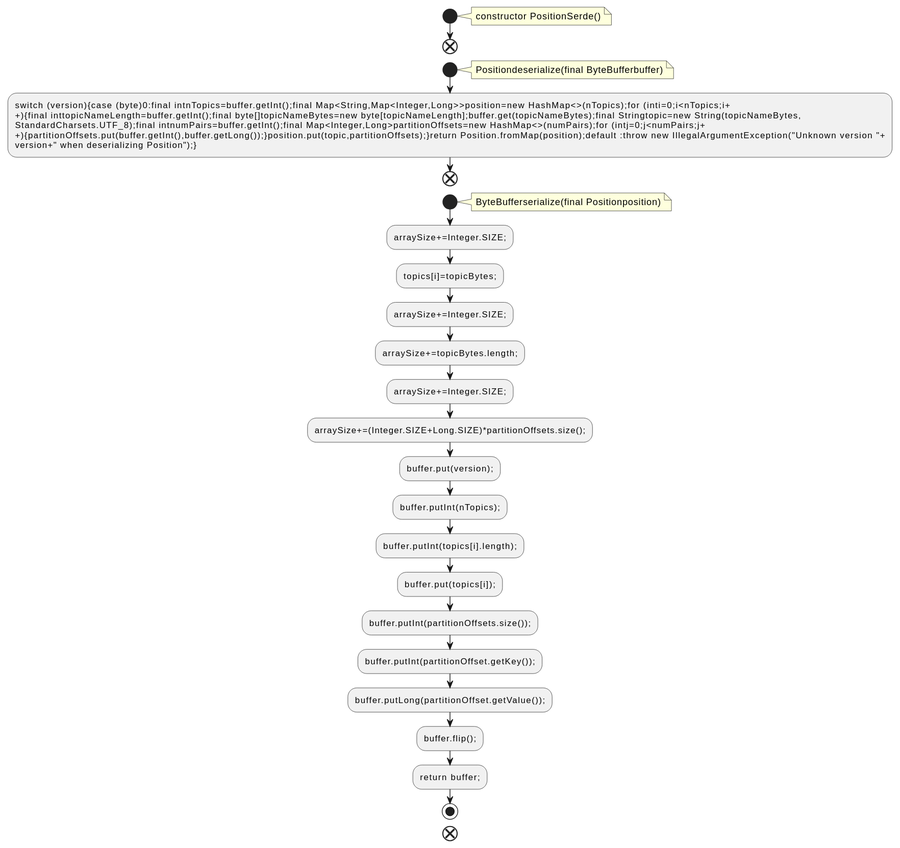
Earlier version of the PlantUML export docs/qc/streams/src/main/java/org/apache/kafka/streams/state/internals/PositionSerde.java.fct.svg (qualitesys/kafka).
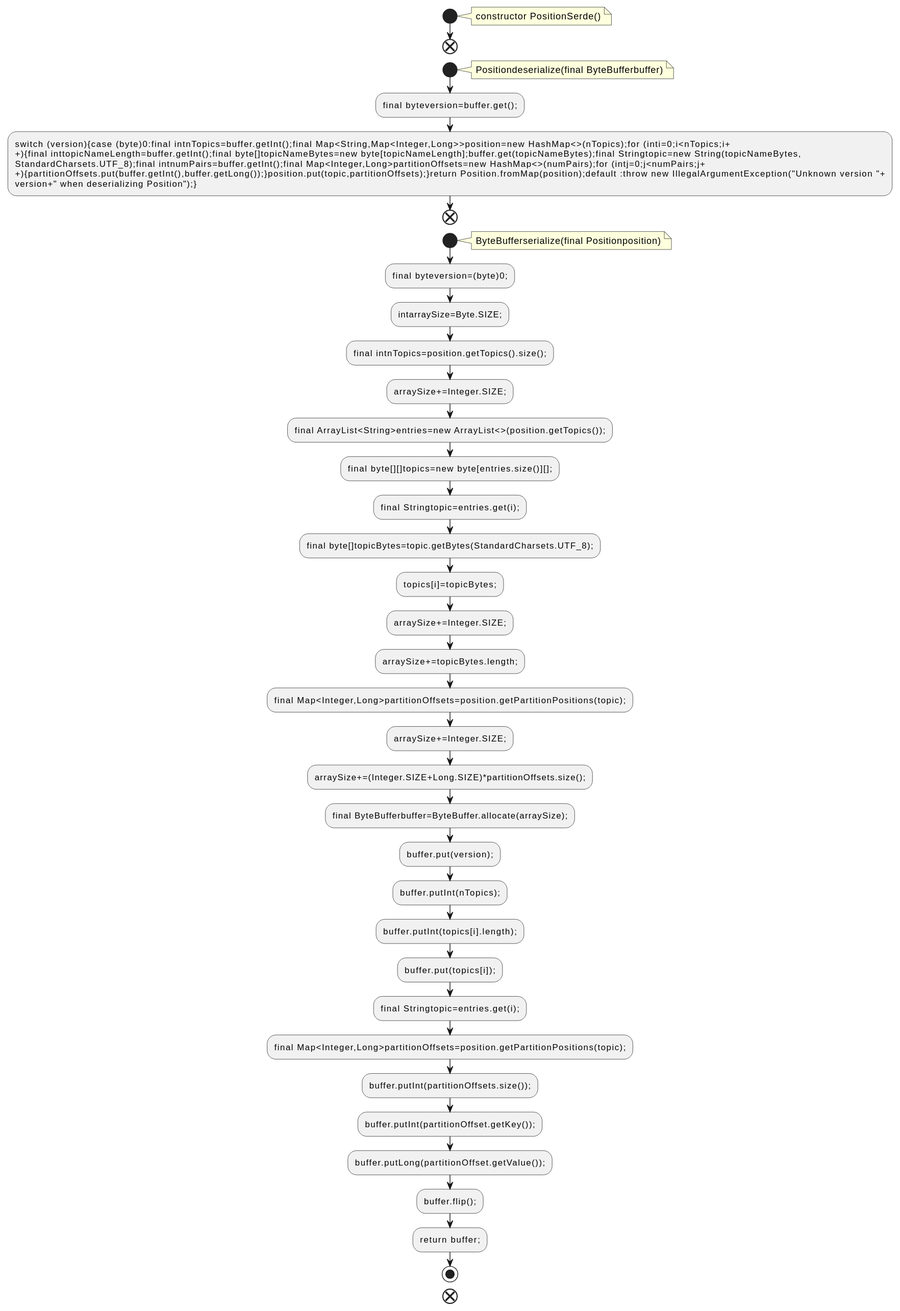
The same diagram one commit later.

The edit, as a diff of the source:
```diff
@@ -9,6 +9,7 @@
 note right
 Positiondeserialize(final ByteBufferbuffer)
 end note
+:final byteversion=buffer.get();;
 :switch (version){case (byte)0:final intnTopics=buffer.getInt();final Map<String,Map<Integer,Long>>position=new HashMap<>(nTopics);for (inti=0;i<nTopics;i+
 +){final inttopicNameLength=buffer.getInt();final byte[]topicNameBytes=new byte[topicNameLength];buffer.get(topicNameBytes);final Stringtopic=new String(topicNameBytes,
 StandardCharsets.UTF_8);final intnumPairs=buffer.getInt();final Map<Integer,Long>partitionOffsets=new HashMap<>(numPairs);for (intj=0;j<numPairs;j+
@@ -19,16 +20,27 @@
 note right
 ByteBufferserialize(final Positionposition)
 end note
+:final byteversion=(byte)0;;
+:intarraySize=Byte.SIZE;;
+:final intnTopics=position.getTopics().size();;
 :arraySize+=Integer.SIZE;;
+:final ArrayList<String>entries=new ArrayList<>(position.getTopics());;
+:final byte[][]topics=new byte[entries.size()][];;
+:final Stringtopic=entries.get(i);;
+:final byte[]topicBytes=topic.getBytes(StandardCharsets.UTF_8);;
 :topics[i]=topicBytes;;
 :arraySize+=Integer.SIZE;;
 :arraySize+=topicBytes.length;;
+:final Map<Integer,Long>partitionOffsets=position.getPartitionPositions(topic);;
 :arraySize+=Integer.SIZE;;
 :arraySize+=(Integer.SIZE+Long.SIZE)*partitionOffsets.size();;
+:final ByteBufferbuffer=ByteBuffer.allocate(arraySize);;
 :buffer.put(version);;
 :buffer.putInt(nTopics);;
 :buffer.putInt(topics[i].length);;
 :buffer.put(topics[i]);;
+:final Stringtopic=entries.get(i);;
+:final Map<Integer,Long>partitionOffsets=position.getPartitionPositions(topic);;
 :buffer.putInt(partitionOffsets.size());;
 :buffer.putInt(partitionOffset.getKey());;
 :buffer.putLong(partitionOffset.getValue());;
```
